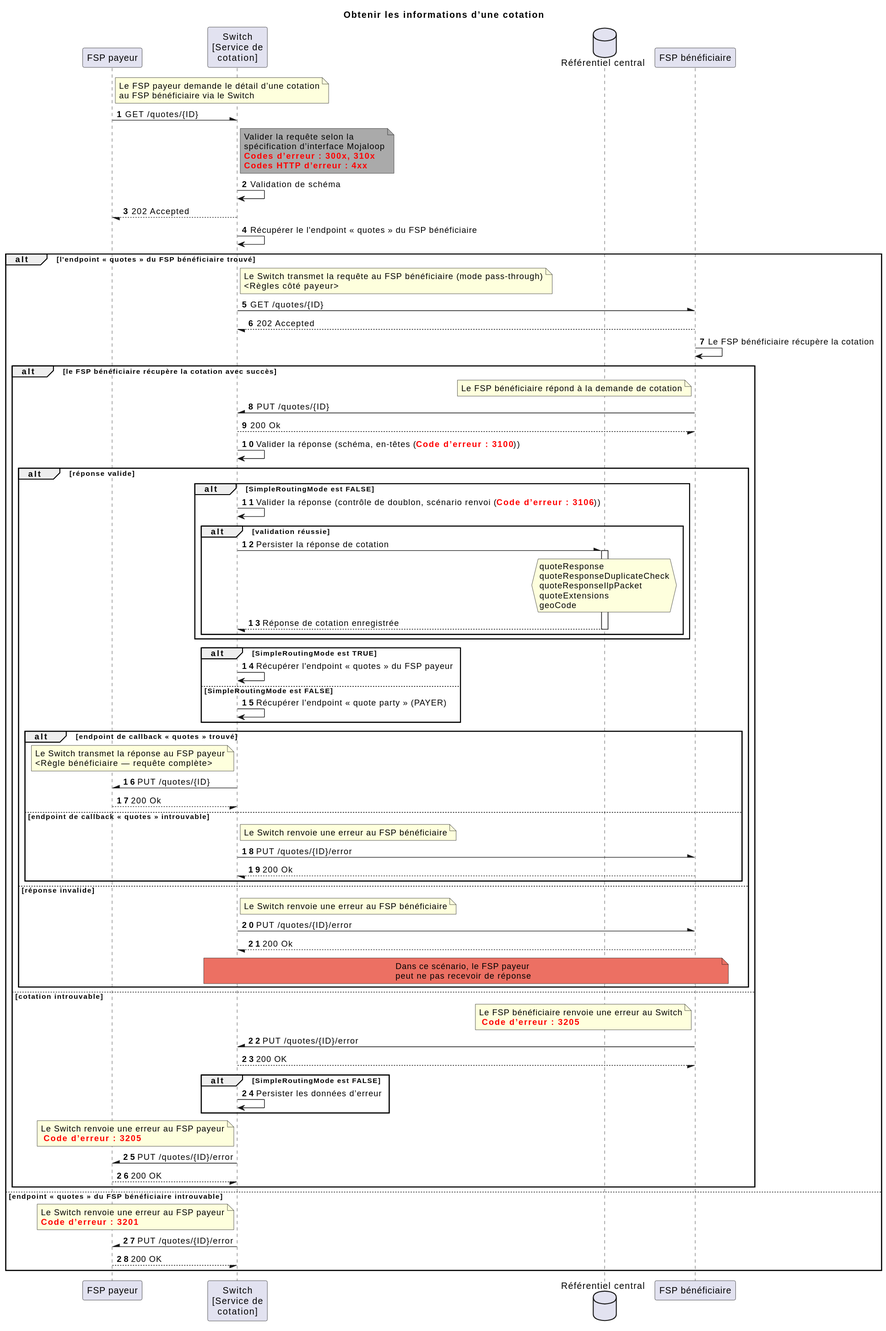
Earlier version of the PlantUML export docs/fr/technical/technical/quoting-service/assets/diagrams/sequence/seq-get-quotes-1.1.0.svg (mojaloop/documentation). Its source is kept beside it as docs/fr/technical/technical/quoting-service/assets/diagrams/sequence/seq-get-quotes-1.1.0.plantuml. Its diagram source:
```plantuml
@startuml
Title Obtenir les informations d’une cotation
participant "FSP payeur" as PayerFSP
participant "Switch\n[Service de\ncotation]" as Switch
database "Référentiel central" as DB
participant "FSP bénéficiaire" as PayeeFSP
autonumber
note right of PayerFSP: Le FSP payeur demande le détail d’une cotation\nau FSP bénéficiaire via le Switch
PayerFSP -\ Switch: GET /quotes/{ID}
note right of Switch #aaa
    Valider la requête selon la
    spécification d’interface Mojaloop
    **<color #red>Codes d’erreur : 300x, 310x</color>**
    **<color #red>Codes HTTP d’erreur : 4xx</color>**
end note
Switch -> Switch: Validation de schéma
PayerFSP \-- Switch: 202 Accepted
Switch -> Switch: Récupérer le l'endpoint « quotes » du FSP bénéficiaire
alt l'endpoint « quotes » du FSP bénéficiaire trouvé
    note right of Switch: Le Switch transmet la requête au FSP bénéficiaire (mode pass-through)\n<Règles côté payeur>
    Switch -\ PayeeFSP: GET /quotes/{ID}
    PayeeFSP --/ Switch: 202 Accepted
    PayeeFSP -> PayeeFSP: Le FSP bénéficiaire récupère la cotation
    alt le FSP bénéficiaire récupère la cotation avec succès
        note left of PayeeFSP: Le FSP bénéficiaire répond à la demande de cotation
        PayeeFSP -\ Switch: PUT /quotes/{ID}
        Switch --/ PayeeFSP: 200 Ok
        Switch -> Switch: Valider la réponse (schéma, en-têtes (<color #red>**Code d’erreur : 3100**</color>))
        alt réponse valide
            alt SimpleRoutingMode est FALSE
                Switch -> Switch: Valider la réponse (contrôle de doublon, scénario renvoi (<color #red>**Code d’erreur : 3106**</color>))
                alt validation réussie
                    Switch -\ DB: Persister la réponse de cotation
                    activate DB
                        hnote over DB
                            quoteResponse
                            quoteResponseDuplicateCheck
                            quoteResponseIlpPacket
                            quoteExtensions
                            geoCode
                        end hnote
                    Switch \-- DB: Réponse de cotation enregistrée
                    deactivate DB
                end
            end
            alt SimpleRoutingMode est TRUE
                Switch -> Switch: Récupérer l'endpoint « quotes » du FSP payeur
            else SimpleRoutingMode est FALSE
                Switch -> Switch: Récupérer l'endpoint « quote party » (PAYER)
            end
            alt endpoint de callback « quotes » trouvé
                note left of Switch: Le Switch transmet la réponse au FSP payeur\n<Règle bénéficiaire — requête complète>
                Switch -\ PayerFSP: PUT /quotes/{ID}
                PayerFSP --/ Switch: 200 Ok
            else endpoint de callback « quotes » introuvable
                note right of Switch: Le Switch renvoie une erreur au FSP bénéficiaire
                Switch -\ PayeeFSP: PUT /quotes/{ID}/error
                PayeeFSP --/ Switch : 200 Ok
            end
        else réponse invalide
            note right of Switch: Le Switch renvoie une erreur au FSP bénéficiaire
            Switch -\ PayeeFSP: PUT /quotes/{ID}/error
            PayeeFSP --/ Switch : 200 Ok
            note over Switch, PayeeFSP #ec7063: Dans ce scénario, le FSP payeur\npeut ne pas recevoir de réponse
        end

    else cotation introuvable
        note left of PayeeFSP: Le FSP bénéficiaire renvoie une erreur au Switch\n <color #red>**Code d’erreur : 3205**</color>
        PayeeFSP -\ Switch: PUT /quotes/{ID}/error
        Switch --/ PayeeFSP: 200 OK
        alt SimpleRoutingMode est FALSE
            Switch -> Switch: Persister les données d’erreur
        end
        note left of Switch: Le Switch renvoie une erreur au FSP payeur\n <color #red>**Code d’erreur : 3205**</color>
        Switch -\ PayerFSP: PUT /quotes/{ID}/error
        PayerFSP --/ Switch: 200 OK
    end
else endpoint « quotes » du FSP bénéficiaire introuvable
    note left of Switch
        Le Switch renvoie une erreur au FSP payeur
        **<color #red>Code d’erreur : 3201</color>**
    end note
    PayerFSP /- Switch: PUT /quotes/{ID}/error
    PayerFSP --/ Switch: 200 OK
end
@enduml
```
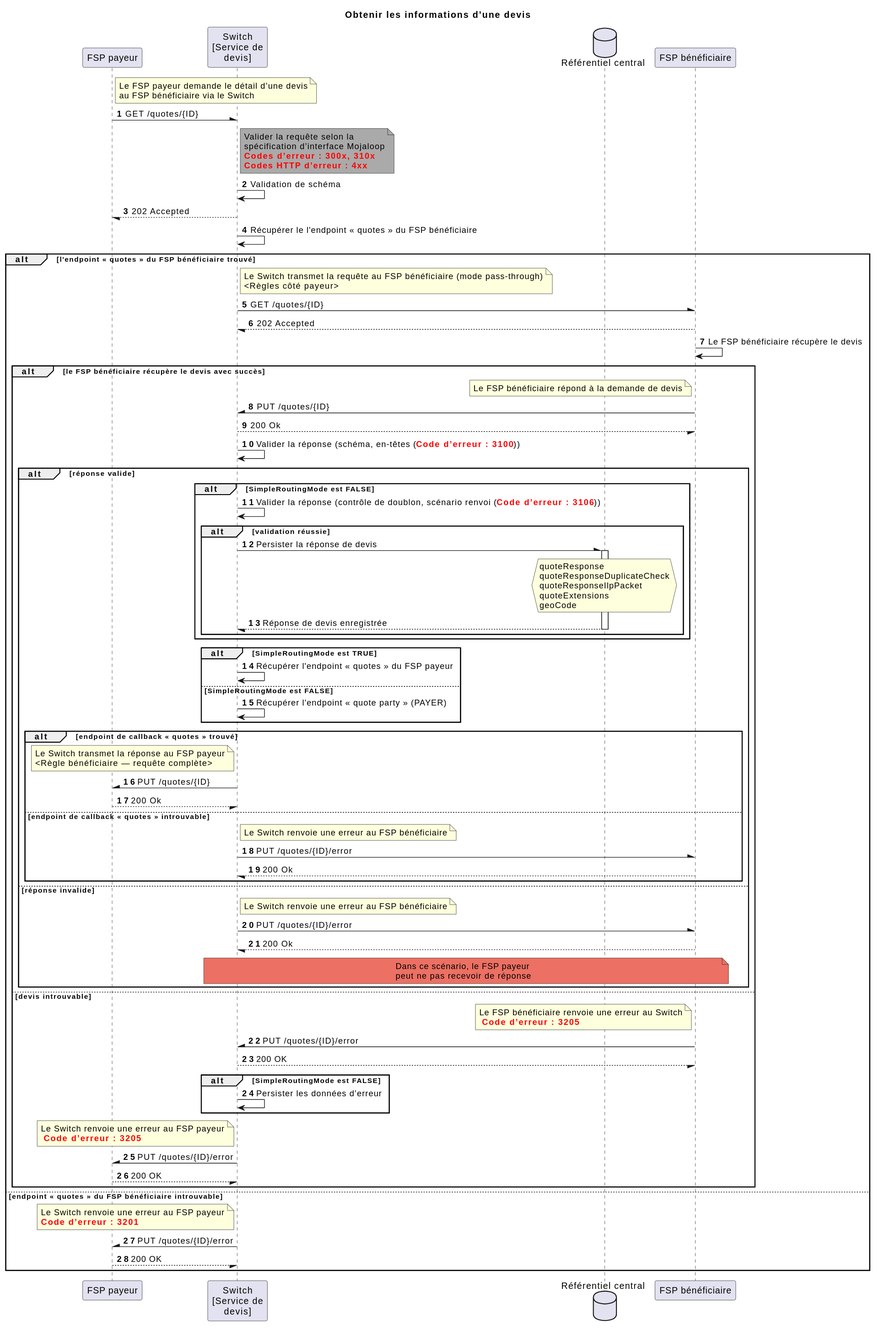
After the commit.

Change to the diagram source:
```diff
@@ -1,11 +1,11 @@
 @startuml
-Title Obtenir les informations d’une cotation
+Title Obtenir les informations d’une devis
 participant "FSP payeur" as PayerFSP
-participant "Switch\n[Service de\ncotation]" as Switch
+participant "Switch\n[Service de\ndevis]" as Switch
 database "Référentiel central" as DB
 participant "FSP bénéficiaire" as PayeeFSP
 autonumber
-note right of PayerFSP: Le FSP payeur demande le détail d’une cotation\nau FSP bénéficiaire via le Switch
+note right of PayerFSP: Le FSP payeur demande le détail d’une devis\nau FSP bénéficiaire via le Switch
 PayerFSP -\ Switch: GET /quotes/{ID}
 note right of Switch #aaa
     Valider la requête selon la
@@ -20,9 +20,9 @@
     note right of Switch: Le Switch transmet la requête au FSP bénéficiaire (mode pass-through)\n<Règles côté payeur>
     Switch -\ PayeeFSP: GET /quotes/{ID}
     PayeeFSP --/ Switch: 202 Accepted
-    PayeeFSP -> PayeeFSP: Le FSP bénéficiaire récupère la cotation
-    alt le FSP bénéficiaire récupère la cotation avec succès
-        note left of PayeeFSP: Le FSP bénéficiaire répond à la demande de cotation
+    PayeeFSP -> PayeeFSP: Le FSP bénéficiaire récupère le devis
+    alt le FSP bénéficiaire récupère le devis avec succès
+        note left of PayeeFSP: Le FSP bénéficiaire répond à la demande de devis
         PayeeFSP -\ Switch: PUT /quotes/{ID}
         Switch --/ PayeeFSP: 200 Ok
         Switch -> Switch: Valider la réponse (schéma, en-têtes (<color #red>**Code d’erreur : 3100**</color>))
@@ -30,7 +30,7 @@
             alt SimpleRoutingMode est FALSE
                 Switch -> Switch: Valider la réponse (contrôle de doublon, scénario renvoi (<color #red>**Code d’erreur : 3106**</color>))
                 alt validation réussie
-                    Switch -\ DB: Persister la réponse de cotation
+                    Switch -\ DB: Persister la réponse de devis
                     activate DB
                         hnote over DB
                             quoteResponse
@@ -39,7 +39,7 @@
                             quoteExtensions
                             geoCode
                         end hnote
-                    Switch \-- DB: Réponse de cotation enregistrée
+                    Switch \-- DB: Réponse de devis enregistrée
                     deactivate DB
                 end
             end
@@ -64,7 +64,7 @@
             note over Switch, PayeeFSP #ec7063: Dans ce scénario, le FSP payeur\npeut ne pas recevoir de réponse
         end
 
-    else cotation introuvable
+    else devis introuvable
         note left of PayeeFSP: Le FSP bénéficiaire renvoie une erreur au Switch\n <color #red>**Code d’erreur : 3205**</color>
         PayeeFSP -\ Switch: PUT /quotes/{ID}/error
         Switch --/ PayeeFSP: 200 OK
```
